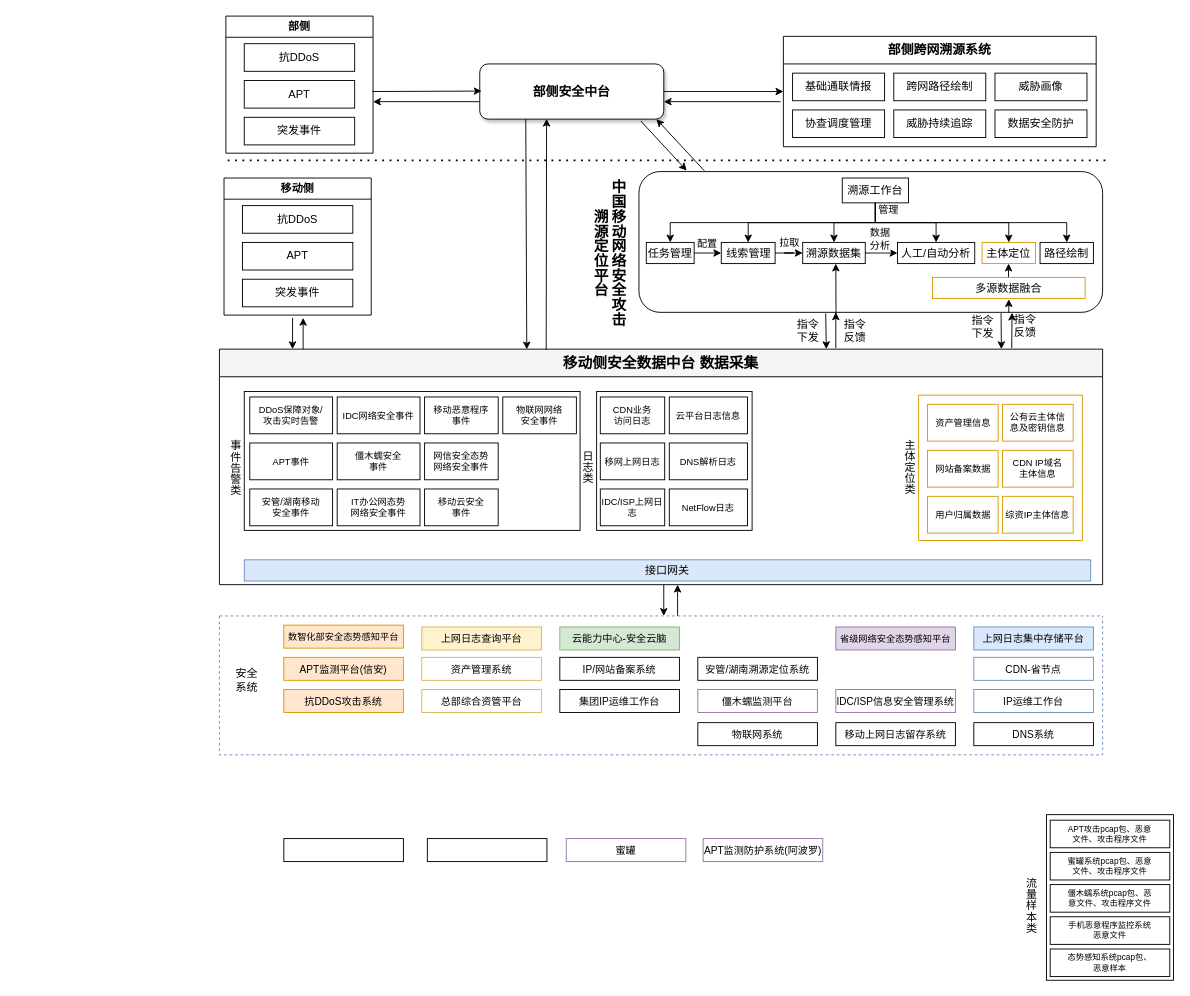
asdlijinquan/- keeps this draw.io diagram as page "第 6 页" (6 of 6) of JhbPpt.drawio. Above is the earlier version. Source tidied: cells renumbered, new cells numbered last; positions are measured from the earlier drawing's top-left corner, leaving out a move shared by most shapes. Both pictures are drawn from the tidied source at 92%, with x=0, y=0 at pixel (219, 16).
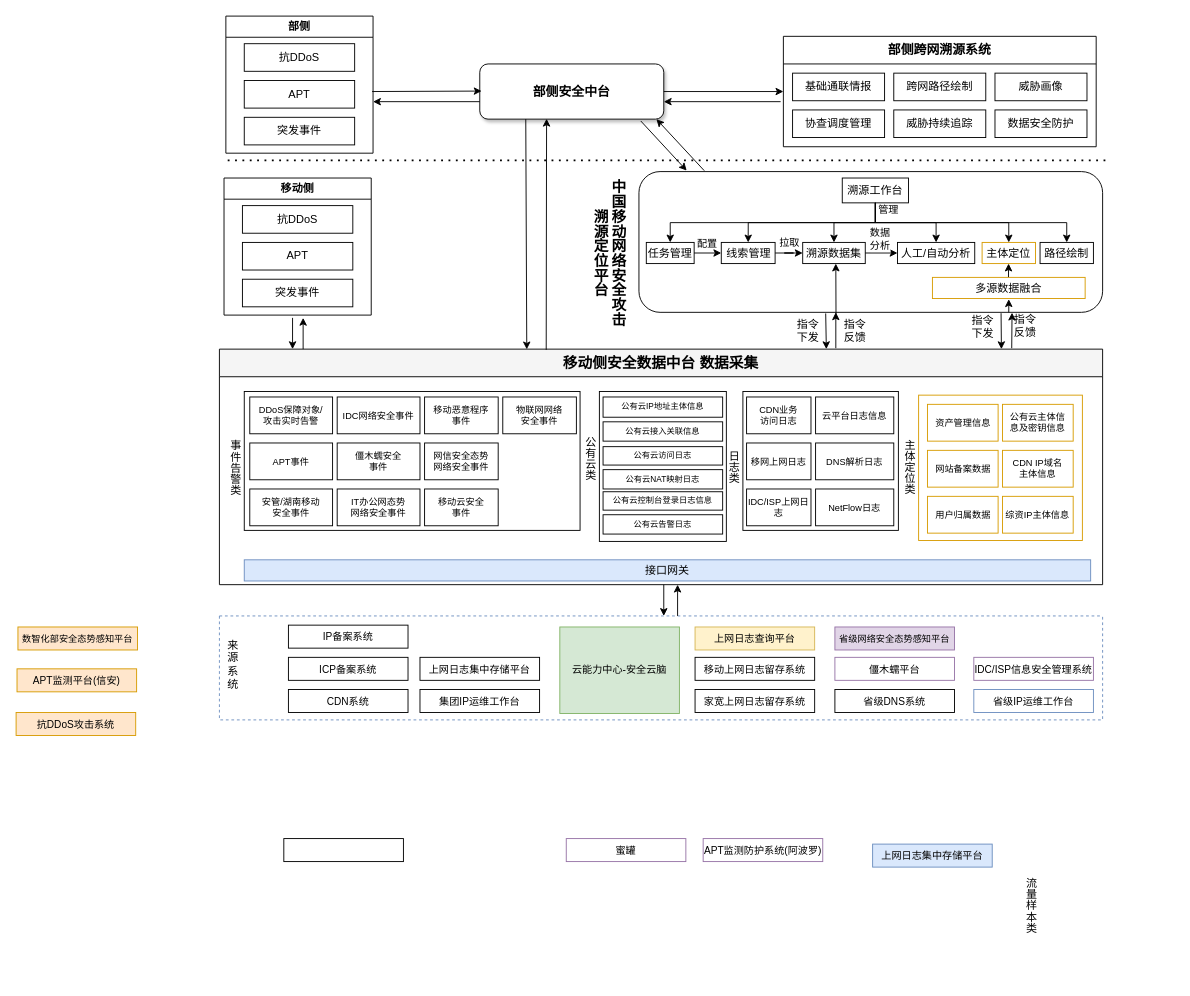
After the change.

Unchanged cells that the change refers to:
```xml
<mxCell id="37" value="移动侧安全数据中台    数据采集" style="swimlane;whiteSpace=wrap;html=1;startSize=30;fillColor=#f5f5f5;fontStyle=1;fontSize=16;align=center;" parent="1" vertex="1">
  <mxGeometry y="362" width="960" height="256" as="geometry" />
</mxCell>
```

The edit, as a diff of the source:
```diff
@@
     <mxCell id="2" style="swimlane;whiteSpace=wrap;html=1;startSize=0;dashed=1;fillColor=none;strokeColor=#6c8ebf;" parent="1" vertex="1">
-      <mxGeometry y="652" width="960" height="151" as="geometry" />
+      <mxGeometry y="652" width="960" height="113" as="geometry" />
     </mxCell>
-    <mxCell id="3" value="安全&lt;br&gt;系统" style="text;html=1;strokeColor=none;fillColor=none;align=center;verticalAlign=middle;whiteSpace=wrap;rounded=0;" parent="2" vertex="1">
-      <mxGeometry x="10" y="50" width="40" height="40" as="geometry" />
+    <mxCell id="3" value="来源系统" style="text;html=1;strokeColor=none;fillColor=none;align=center;verticalAlign=middle;whiteSpace=wrap;rounded=0;" parent="2" vertex="1">
+      <mxGeometry x="8" y="12" width="14" height="81" as="geometry" />
     </mxCell>
-    <mxCell id="4" value="资产管理系统" style="rounded=0;whiteSpace=wrap;html=1;fontSize=11;fillColor=none;strokeColor=#d6b656;" parent="2" vertex="1">
-      <mxGeometry x="220" y="45" width="130" height="25" as="geometry" />
-    </mxCell>
-    <mxCell id="5" value="总部综合资管平台" style="rounded=0;whiteSpace=wrap;html=1;fontSize=11;fillColor=none;strokeColor=#d6b656;" parent="2" vertex="1">
-      <mxGeometry x="220" y="80" width="130" height="25" as="geometry" />
-    </mxCell>
-    <mxCell id="6" value="抗DDoS攻击系统" style="rounded=0;whiteSpace=wrap;html=1;fontSize=11;fillColor=#ffe6cc;strokeColor=#d79b00;" parent="2" vertex="1">
-      <mxGeometry x="70" y="80" width="130" height="25" as="geometry" />
-    </mxCell>
-    <mxCell id="7" value="僵木蠕监测平台" style="rounded=0;whiteSpace=wrap;html=1;fontSize=11;fillColor=none;strokeColor=#9673a6;" parent="2" vertex="1">
-      <mxGeometry x="520" y="80" width="130" height="25" as="geometry" />
-    </mxCell>
-    <mxCell id="8" value="数智化部安全态势感知平台" style="rounded=0;whiteSpace=wrap;html=1;fontSize=10;fillColor=#ffe6cc;strokeColor=#d79b00;" parent="2" vertex="1">
-      <mxGeometry x="70" y="10" width="130" height="25" as="geometry" />
-    </mxCell>
-    <mxCell id="9" value="省级网络安全态势感知平台" style="rounded=0;whiteSpace=wrap;html=1;fontSize=10;fillColor=#e1d5e7;strokeColor=#9673a6;" parent="2" vertex="1">
-      <mxGeometry x="670" y="12" width="130" height="25" as="geometry" />
-    </mxCell>
-    <mxCell id="10" value="IP运维工作台" style="rounded=0;whiteSpace=wrap;html=1;fontSize=11;fillColor=none;strokeColor=#6c8ebf;" parent="2" vertex="1">
+    <mxCell id="10" value="省级IP运维工作台" style="rounded=0;whiteSpace=wrap;html=1;fontSize=11;fillColor=none;strokeColor=#6c8ebf;" parent="2" vertex="1">
       <mxGeometry x="820" y="80" width="130" height="25" as="geometry" />
     </mxCell>
-    <mxCell id="11" value="APT监测平台(信安)" style="rounded=0;whiteSpace=wrap;html=1;fontSize=11;fillColor=#ffe6cc;strokeColor=#d79b00;" parent="2" vertex="1">
-      <mxGeometry x="70" y="45" width="130" height="25" as="geometry" />
-    </mxCell>
-    <mxCell id="12" value="上网日志集中存储平台" style="rounded=0;whiteSpace=wrap;html=1;fontSize=11;fillColor=#dae8fc;strokeColor=#6c8ebf;" parent="2" vertex="1">
-      <mxGeometry x="820" y="12" width="130" height="25" as="geometry" />
-    </mxCell>
-    <mxCell id="13" value="安管/湖南溯源定位系统" style="rounded=0;whiteSpace=wrap;html=1;fontSize=11;" parent="2" vertex="1">
-      <mxGeometry x="520" y="45" width="130" height="25" as="geometry" />
-    </mxCell>
-    <mxCell id="14" value="IP/网站备案系统" style="rounded=0;whiteSpace=wrap;html=1;fontSize=11;" parent="2" vertex="1">
-      <mxGeometry x="370" y="45" width="130" height="25" as="geometry" />
+    <mxCell id="14" value="IP备案系统" style="rounded=0;whiteSpace=wrap;html=1;fontSize=11;" parent="2" vertex="1">
+      <mxGeometry x="75" y="10" width="130" height="25" as="geometry" />
     </mxCell>
     <mxCell id="15" value="云能力中心-安全云脑" style="rounded=0;whiteSpace=wrap;html=1;fontSize=11;fillColor=#d5e8d4;strokeColor=#82b366;" parent="2" vertex="1">
-      <mxGeometry x="370" y="12" width="130" height="25" as="geometry" />
+      <mxGeometry x="370" y="12" width="130" height="94" as="geometry" />
     </mxCell>
     <mxCell id="16" value="IDC/ISP信息安全管理系统" style="rounded=0;whiteSpace=wrap;html=1;fontSize=11;fillColor=none;strokeColor=#9673a6;" parent="2" vertex="1">
-      <mxGeometry x="670" y="80" width="130" height="25" as="geometry" />
+      <mxGeometry x="820" y="45" width="130" height="25" as="geometry" />
     </mxCell>
     <mxCell id="17" value="上网日志查询平台" style="rounded=0;whiteSpace=wrap;html=1;fontSize=11;fillColor=#fff2cc;strokeColor=#d6b656;" parent="2" vertex="1">
-      <mxGeometry x="220" y="12" width="130" height="25" as="geometry" />
+      <mxGeometry x="517" y="12" width="130" height="25" as="geometry" />
     </mxCell>
-    <mxCell id="18" value="CDN-省节点" style="rounded=0;whiteSpace=wrap;html=1;fontSize=11;fillColor=none;strokeColor=#6c8ebf;" parent="2" vertex="1">
-      <mxGeometry x="820" y="45" width="130" height="25" as="geometry" />
-    </mxCell>
-    <mxCell id="19" value="物联网系统" style="rounded=0;whiteSpace=wrap;html=1;fontSize=11;" parent="2" vertex="1">
-      <mxGeometry x="520" y="116" width="130" height="25" as="geometry" />
-    </mxCell>
     <mxCell id="20" value="集团IP运维工作台" style="rounded=0;whiteSpace=wrap;html=1;fontSize=11;" parent="2" vertex="1">
-      <mxGeometry x="370" y="80" width="130" height="25" as="geometry" />
+      <mxGeometry x="218" y="80" width="130" height="25" as="geometry" />
     </mxCell>
     <mxCell id="21" value="移动上网日志留存系统" style="rounded=0;whiteSpace=wrap;html=1;fontSize=11;" parent="2" vertex="1">
-      <mxGeometry x="670" y="116" width="130" height="25" as="geometry" />
+      <mxGeometry x="517" y="45" width="130" height="25" as="geometry" />
     </mxCell>
-    <mxCell id="22" value="DNS系统" style="rounded=0;whiteSpace=wrap;html=1;fontSize=11;" parent="2" vertex="1">
-      <mxGeometry x="820" y="116" width="130" height="25" as="geometry" />
-    </mxCell>
+    <mxCell id="125" value="ICP备案系统" style="rounded=0;whiteSpace=wrap;html=1;fontSize=11;" parent="2" vertex="1">
+      <mxGeometry x="75" y="45" width="130" height="25" as="geometry" />
+    </mxCell>
+    <mxCell id="114" value="CDN系统" style="rounded=0;whiteSpace=wrap;html=1;fontSize=11;" parent="2" vertex="1">
+      <mxGeometry x="75" y="80" width="130" height="25" as="geometry" />
+    </mxCell>
+    <mxCell id="126" value="上网日志集中存储平台" style="rounded=0;whiteSpace=wrap;html=1;fontSize=11;" parent="2" vertex="1">
+      <mxGeometry x="218" y="45" width="130" height="25" as="geometry" />
+    </mxCell>
+    <mxCell id="127" value="家宽上网日志留存系统" style="rounded=0;whiteSpace=wrap;html=1;fontSize=11;" parent="2" vertex="1">
+      <mxGeometry x="517" y="80" width="130" height="25" as="geometry" />
+    </mxCell>
+    <mxCell id="128" value="僵木蠕平台" style="rounded=0;whiteSpace=wrap;html=1;fontSize=11;fillColor=none;strokeColor=#9673a6;" parent="2" vertex="1">
+      <mxGeometry x="669" y="45" width="130" height="25" as="geometry" />
+    </mxCell>
+    <mxCell id="9" value="省级网络安全态势感知平台" style="rounded=0;whiteSpace=wrap;html=1;fontSize=10;fillColor=#e1d5e7;strokeColor=#9673a6;" parent="2" vertex="1">
+      <mxGeometry x="669" y="12" width="130" height="25" as="geometry" />
+    </mxCell>
+    <mxCell id="129" value="省级DNS系统" style="rounded=0;whiteSpace=wrap;html=1;fontSize=11;" parent="2" vertex="1">
+      <mxGeometry x="669" y="80" width="130" height="25" as="geometry" />
+    </mxCell>
@@
     <mxCell id="57" value="日志类" style="text;html=1;strokeColor=none;fillColor=none;align=center;verticalAlign=middle;whiteSpace=wrap;rounded=0;rotation=0;direction=south;textDirection=vertical-lr;" parent="37" vertex="1">
-      <mxGeometry x="388" y="96" width="22" height="64" as="geometry" />
+      <mxGeometry x="547" y="96" width="22" height="64" as="geometry" />
     </mxCell>
@@
     <mxCell id="61" value="CDN业务&lt;br&gt;访问日志" style="rounded=0;whiteSpace=wrap;html=1;fontSize=10;" parent="37" vertex="1">
-      <mxGeometry x="414" y="52" width="70" height="40" as="geometry" />
+      <mxGeometry x="573" y="52" width="70" height="40" as="geometry" />
     </mxCell>
     <mxCell id="62" value="云平台日志信息" style="rounded=0;whiteSpace=wrap;html=1;fontSize=10;" parent="37" vertex="1">
-      <mxGeometry x="489" y="52" width="85" height="40" as="geometry" />
+      <mxGeometry x="648" y="52" width="85" height="40" as="geometry" />
     </mxCell>
     <mxCell id="63" value="移网上网日志" style="rounded=0;whiteSpace=wrap;html=1;fontSize=10;" parent="37" vertex="1">
-      <mxGeometry x="414" y="102" width="70" height="40" as="geometry" />
+      <mxGeometry x="573" y="102" width="70" height="40" as="geometry" />
     </mxCell>
     <mxCell id="64" value="DNS解析日志" style="rounded=0;whiteSpace=wrap;html=1;fontSize=10;" parent="37" vertex="1">
-      <mxGeometry x="489" y="102" width="85" height="40" as="geometry" />
+      <mxGeometry x="648" y="102" width="85" height="40" as="geometry" />
     </mxCell>
     <mxCell id="65" value="IDC/ISP上网日志" style="rounded=0;whiteSpace=wrap;html=1;fontSize=10;" parent="37" vertex="1">
-      <mxGeometry x="414" y="152" width="70" height="40" as="geometry" />
+      <mxGeometry x="573" y="152" width="70" height="40" as="geometry" />
     </mxCell>
     <mxCell id="66" value="NetFlow日志" style="rounded=0;whiteSpace=wrap;html=1;fontSize=10;" parent="37" vertex="1">
-      <mxGeometry x="489" y="152" width="85" height="40" as="geometry" />
+      <mxGeometry x="648" y="152" width="85" height="40" as="geometry" />
     </mxCell>
     <mxCell id="67" style="rounded=0;whiteSpace=wrap;html=1;fillColor=none;" parent="37" vertex="1">
-      <mxGeometry x="410" y="46" width="169" height="151" as="geometry" />
+      <mxGeometry x="569" y="46" width="169" height="151" as="geometry" />
     </mxCell>
+    <mxCell id="130" style="rounded=0;whiteSpace=wrap;html=1;fillColor=none;" parent="37" vertex="1">
+      <mxGeometry x="413" y="46" width="138" height="163" as="geometry" />
+    </mxCell>
+    <mxCell id="131" value="公有云IP地址主体信息" style="rounded=0;whiteSpace=wrap;html=1;fontSize=9;" parent="37" vertex="1">
+      <mxGeometry x="417" y="52" width="130" height="22" as="geometry" />
+    </mxCell>
+    <mxCell id="132" value="公有云接入关联信息" style="rounded=0;whiteSpace=wrap;html=1;fontSize=9;" parent="37" vertex="1">
+      <mxGeometry x="417" y="79" width="130" height="21" as="geometry" />
+    </mxCell>
+    <mxCell id="133" value="公有云访问日志" style="rounded=0;whiteSpace=wrap;html=1;fontSize=9;" parent="37" vertex="1">
+      <mxGeometry x="417" y="106" width="130" height="20" as="geometry" />
+    </mxCell>
+    <mxCell id="134" value="公有云NAT映射日志" style="rounded=0;whiteSpace=wrap;html=1;fontSize=9;" parent="37" vertex="1">
+      <mxGeometry x="417" y="131" width="130" height="21" as="geometry" />
+    </mxCell>
+    <mxCell id="135" value="公有云类" style="text;html=1;strokeColor=none;fillColor=none;align=center;verticalAlign=middle;whiteSpace=wrap;rounded=0;rotation=0;direction=south;textDirection=vertical-lr;" parent="37" vertex="1">
+      <mxGeometry x="391" y="87" width="22" height="64" as="geometry" />
+    </mxCell>
+    <mxCell id="136" value="公有云控制台登录日志信息" style="rounded=0;whiteSpace=wrap;html=1;fontSize=9;" parent="37" vertex="1">
+      <mxGeometry x="417" y="155" width="130" height="20" as="geometry" />
+    </mxCell>
+    <mxCell id="137" value="公有云告警日志" style="rounded=0;whiteSpace=wrap;html=1;fontSize=9;" parent="37" vertex="1">
+      <mxGeometry x="417" y="180" width="130" height="21" as="geometry" />
+    </mxCell>
@@
-    <mxCell id="114" style="rounded=0;whiteSpace=wrap;html=1;fontSize=11;" parent="1" vertex="1">
-      <mxGeometry x="226" y="894" width="130" height="25" as="geometry" />
-    </mxCell>
@@
-    <mxCell id="118" style="rounded=0;whiteSpace=wrap;html=1;fillColor=none;" parent="1" vertex="1">
-      <mxGeometry x="899" y="868" width="138" height="180" as="geometry" />
-    </mxCell>
-    <mxCell id="119" value="APT攻击pcap包、恶意&lt;br&gt;文件、攻击程序文件" style="rounded=0;whiteSpace=wrap;html=1;fontSize=9;" parent="1" vertex="1">
-      <mxGeometry x="903" y="874" width="130" height="30" as="geometry" />
-    </mxCell>
-    <mxCell id="120" value="蜜罐系统pcap包、恶意&lt;br&gt;文件、攻击程序文件" style="rounded=0;whiteSpace=wrap;html=1;fontSize=9;" parent="1" vertex="1">
-      <mxGeometry x="903" y="909" width="130" height="30" as="geometry" />
-    </mxCell>
-    <mxCell id="121" value="僵木蠕系统pcap包、恶&lt;br&gt;意文件、攻击程序文件" style="rounded=0;whiteSpace=wrap;html=1;fontSize=9;" parent="1" vertex="1">
-      <mxGeometry x="903" y="944" width="130" height="30" as="geometry" />
-    </mxCell>
-    <mxCell id="122" value="手机恶意程序监控系统&lt;br&gt;恶意文件" style="rounded=0;whiteSpace=wrap;html=1;fontSize=9;" parent="1" vertex="1">
-      <mxGeometry x="903" y="979" width="130" height="30" as="geometry" />
-    </mxCell>
-    <mxCell id="123" value="态势感知系统pcap包、&lt;br&gt;恶意样本" style="rounded=0;whiteSpace=wrap;html=1;fontSize=9;" parent="1" vertex="1">
-      <mxGeometry x="903" y="1014" width="130" height="30" as="geometry" />
-    </mxCell>
@@
+    <mxCell id="8" value="数智化部安全态势感知平台" style="rounded=0;whiteSpace=wrap;html=1;fontSize=10;fillColor=#ffe6cc;strokeColor=#d79b00;" parent="1" vertex="1">
+      <mxGeometry x="-219" y="664" width="130" height="25" as="geometry" />
+    </mxCell>
+    <mxCell id="11" value="APT监测平台(信安)" style="rounded=0;whiteSpace=wrap;html=1;fontSize=11;fillColor=#ffe6cc;strokeColor=#d79b00;" parent="1" vertex="1">
+      <mxGeometry x="-220" y="709.5" width="130" height="25" as="geometry" />
+    </mxCell>
+    <mxCell id="6" value="抗DDoS攻击系统" style="rounded=0;whiteSpace=wrap;html=1;fontSize=11;fillColor=#ffe6cc;strokeColor=#d79b00;" parent="1" vertex="1">
+      <mxGeometry x="-221" y="757" width="130" height="25" as="geometry" />
+    </mxCell>
+    <mxCell id="12" value="上网日志集中存储平台" style="rounded=0;whiteSpace=wrap;html=1;fontSize=11;fillColor=#dae8fc;strokeColor=#6c8ebf;" parent="1" vertex="1">
+      <mxGeometry x="710" y="900" width="130" height="25" as="geometry" />
+    </mxCell>
```
